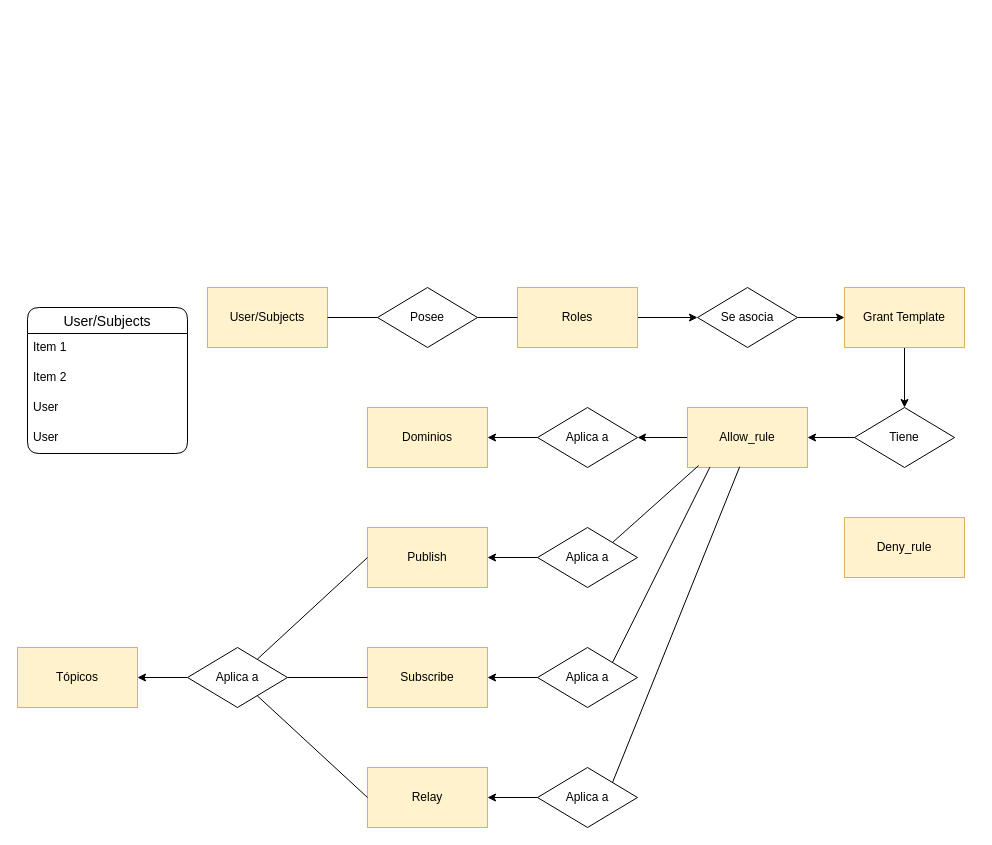
Above: Diagrama base de datos.drawio in argelion14/TFM-AngelAmadeoGonzalezRuiz (draw.io), before the change. Source tidied: cells renumbered, new cells numbered last; positions are measured from the earlier drawing's top-left corner, leaving out a move shared by most shapes. Both pictures are drawn from the tidied source at 100%, with x=0, y=0 at pixel (17, 287).
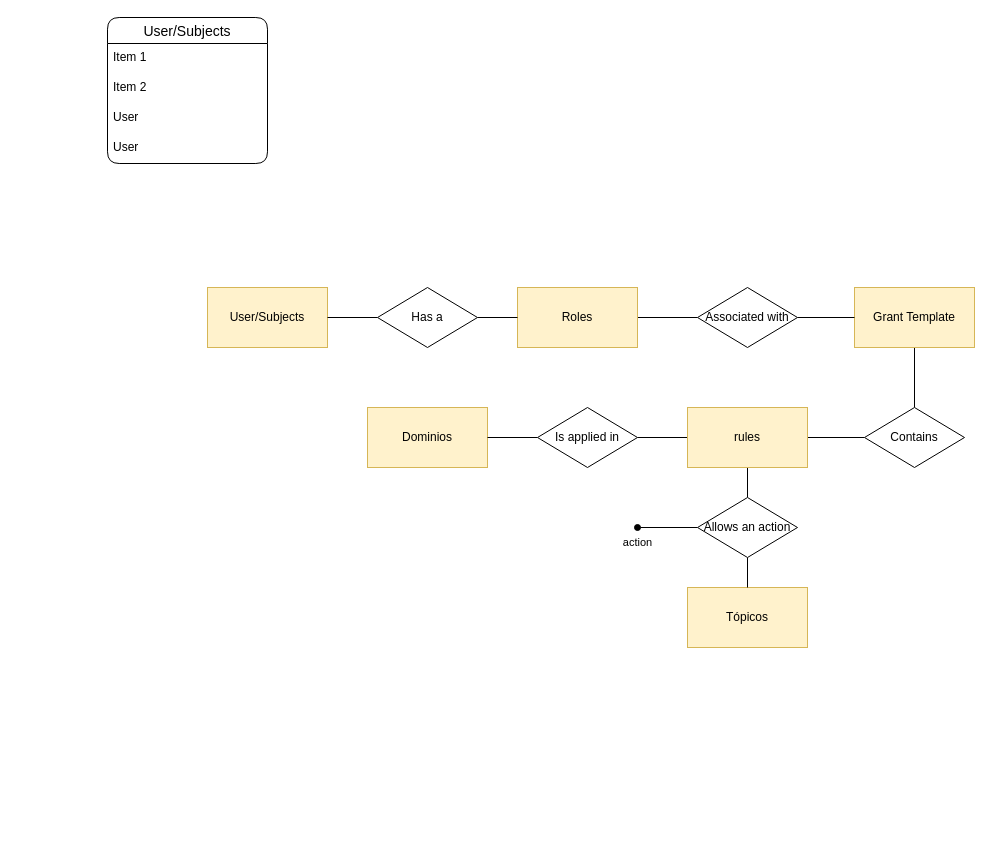
The same page after the edit.

The change refers to these unchanged cells:
```xml
<mxCell id="4" value="Roles" style="rounded=0;whiteSpace=wrap;html=1;fillColor=#fff2cc;strokeColor=#d6b656;" parent="1" vertex="1">
  <mxGeometry x="500" width="120" height="60" as="geometry" />
</mxCell>
<mxCell id="17" value="Dominios" style="rounded=0;whiteSpace=wrap;html=1;fillColor=#fff2cc;strokeColor=#d6b656;" parent="1" vertex="1">
  <mxGeometry x="350" y="120" width="120" height="60" as="geometry" />
</mxCell>
```

What changed in the source:
```diff
@@
-    <mxCell id="3" style="edgeStyle=orthogonalEdgeStyle;rounded=0;jettySize=auto;html=1;exitX=1;exitY=0.5;exitDx=0;exitDy=0;entryX=0;entryY=0.5;entryDx=0;entryDy=0;" parent="1" edge="1" source="4" target="11">
+    <mxCell id="3" style="edgeStyle=orthogonalEdgeStyle;rounded=0;jettySize=auto;html=1;exitX=1;exitY=0.5;exitDx=0;exitDy=0;entryX=0;entryY=0.5;entryDx=0;entryDy=0;endArrow=none;startFill=0;" parent="1" edge="1" source="4" target="11">
       <mxGeometry relative="1" as="geometry" />
     </mxCell>
@@
-    <mxCell id="7" value="Posee" style="rhombus;whiteSpace=wrap;html=1;" parent="1" vertex="1">
+    <mxCell id="7" value="Has a" style="rhombus;whiteSpace=wrap;html=1;" parent="1" vertex="1">
       <mxGeometry x="360" width="100" height="60" as="geometry" />
     </mxCell>
-    <mxCell id="8" style="edgeStyle=orthogonalEdgeStyle;rounded=0;jettySize=auto;html=1;exitX=0.5;exitY=1;exitDx=0;exitDy=0;entryX=0.5;entryY=0;entryDx=0;entryDy=0;" parent="1" edge="1" source="9" target="13">
+    <mxCell id="8" style="edgeStyle=orthogonalEdgeStyle;rounded=0;jettySize=auto;html=1;exitX=0.5;exitY=1;exitDx=0;exitDy=0;entryX=0.5;entryY=0;entryDx=0;entryDy=0;endArrow=none;startFill=0;" parent="1" edge="1" source="9" target="13">
       <mxGeometry relative="1" as="geometry" />
     </mxCell>
     <mxCell id="9" value="Grant Template" style="rounded=0;whiteSpace=wrap;html=1;fillColor=#fff2cc;strokeColor=#d6b656;" parent="1" vertex="1">
-      <mxGeometry x="827" width="120" height="60" as="geometry" />
+      <mxGeometry x="837" width="120" height="60" as="geometry" />
     </mxCell>
-    <mxCell id="10" style="edgeStyle=orthogonalEdgeStyle;rounded=0;jettySize=auto;html=1;exitX=1;exitY=0.5;exitDx=0;exitDy=0;entryX=0;entryY=0.5;entryDx=0;entryDy=0;" parent="1" edge="1" source="11" target="9">
+    <mxCell id="10" style="edgeStyle=orthogonalEdgeStyle;rounded=0;jettySize=auto;html=1;exitX=1;exitY=0.5;exitDx=0;exitDy=0;entryX=0;entryY=0.5;entryDx=0;entryDy=0;endArrow=none;startFill=0;" parent="1" edge="1" source="11" target="9">
       <mxGeometry relative="1" as="geometry" />
     </mxCell>
-    <mxCell id="11" value="Se asocia" style="rhombus;whiteSpace=wrap;html=1;" parent="1" vertex="1">
+    <mxCell id="11" value="&lt;p&gt;Associated with&lt;/p&gt;" style="rhombus;whiteSpace=wrap;html=1;" parent="1" vertex="1">
       <mxGeometry x="680" width="100" height="60" as="geometry" />
     </mxCell>
-    <mxCell id="12" style="edgeStyle=orthogonalEdgeStyle;rounded=0;jettySize=auto;html=1;exitX=0;exitY=0.5;exitDx=0;exitDy=0;" parent="1" edge="1" source="13" target="15">
+    <mxCell id="12" style="edgeStyle=orthogonalEdgeStyle;rounded=0;jettySize=auto;html=1;exitX=0;exitY=0.5;exitDx=0;exitDy=0;endArrow=none;startFill=0;" parent="1" edge="1" source="13" target="15">
       <mxGeometry relative="1" as="geometry" />
     </mxCell>
-    <mxCell id="13" value="Tiene" style="rhombus;whiteSpace=wrap;html=1;" parent="1" vertex="1">
-      <mxGeometry x="837" y="120" width="100" height="60" as="geometry" />
+    <mxCell id="13" value="&lt;p&gt;Contains&lt;/p&gt;" style="rhombus;whiteSpace=wrap;html=1;" parent="1" vertex="1">
+      <mxGeometry x="847" y="120" width="100" height="60" as="geometry" />
     </mxCell>
-    <mxCell id="14" style="edgeStyle=orthogonalEdgeStyle;rounded=0;jettySize=auto;html=1;exitX=0;exitY=0.5;exitDx=0;exitDy=0;entryX=1;entryY=0.5;entryDx=0;entryDy=0;" parent="1" edge="1" source="15" target="19">
+    <mxCell id="14" style="edgeStyle=orthogonalEdgeStyle;rounded=0;jettySize=auto;html=1;exitX=0;exitY=0.5;exitDx=0;exitDy=0;entryX=1;entryY=0.5;entryDx=0;entryDy=0;endArrow=none;startFill=0;" parent="1" edge="1" source="15" target="19">
       <mxGeometry relative="1" as="geometry" />
     </mxCell>
+    <mxCell id="43" style="edgeStyle=orthogonalEdgeStyle;rounded=0;jettySize=auto;html=1;exitX=0.5;exitY=1;exitDx=0;exitDy=0;entryX=0.5;entryY=0;entryDx=0;entryDy=0;endArrow=none;startFill=0;" parent="1" edge="1" source="15" target="47">
+      <mxGeometry relative="1" as="geometry" />
+    </mxCell>
-    <mxCell id="15" value="Allow_rule" style="rounded=0;whiteSpace=wrap;html=1;fillColor=#fff2cc;strokeColor=#d6b656;" parent="1" vertex="1">
+    <mxCell id="15" value="rules" style="rounded=0;whiteSpace=wrap;html=1;fillColor=#fff2cc;strokeColor=#d6b656;" parent="1" vertex="1">
       <mxGeometry x="670" y="120" width="120" height="60" as="geometry" />
     </mxCell>
-    <mxCell id="16" value="Deny_rule" style="rounded=0;whiteSpace=wrap;html=1;fillColor=#fff2cc;strokeColor=#d6b656;" parent="1" vertex="1">
-      <mxGeometry x="827" y="230" width="120" height="60" as="geometry" />
-    </mxCell>
@@
-    <mxCell id="18" style="edgeStyle=orthogonalEdgeStyle;rounded=0;jettySize=auto;html=1;exitX=0;exitY=0.5;exitDx=0;exitDy=0;entryX=1;entryY=0.5;entryDx=0;entryDy=0;" parent="1" edge="1" source="19" target="17">
+    <mxCell id="18" style="edgeStyle=orthogonalEdgeStyle;rounded=0;jettySize=auto;html=1;entryX=1;entryY=0.5;entryDx=0;entryDy=0;endArrow=none;startFill=0;" parent="1" edge="1" source="19" target="17">
       <mxGeometry relative="1" as="geometry" />
     </mxCell>
-    <mxCell id="19" value="Aplica a" style="rhombus;whiteSpace=wrap;html=1;" parent="1" vertex="1">
+    <mxCell id="19" value="&lt;p&gt;Is applied in&lt;/p&gt;" style="rhombus;whiteSpace=wrap;html=1;" parent="1" vertex="1">
       <mxGeometry x="520" y="120" width="100" height="60" as="geometry" />
     </mxCell>
-    <mxCell id="20" value="Publish" style="rounded=0;whiteSpace=wrap;html=1;fillColor=#fff2cc;strokeColor=#d6b656;" parent="1" vertex="1">
-      <mxGeometry x="350" y="240" width="120" height="60" as="geometry" />
-    </mxCell>
-    <mxCell id="21" value="Subscribe" style="rounded=0;whiteSpace=wrap;html=1;fillColor=#fff2cc;strokeColor=#d6b656;" parent="1" vertex="1">
-      <mxGeometry x="350" y="360" width="120" height="60" as="geometry" />
-    </mxCell>
-    <mxCell id="22" style="edgeStyle=orthogonalEdgeStyle;rounded=0;jettySize=auto;html=1;exitX=0;exitY=0.5;exitDx=0;exitDy=0;entryX=1;entryY=0.5;entryDx=0;entryDy=0;" parent="1" edge="1" source="23" target="20">
-      <mxGeometry relative="1" as="geometry" />
-    </mxCell>
-    <mxCell id="23" value="Aplica a" style="rhombus;whiteSpace=wrap;html=1;" parent="1" vertex="1">
-      <mxGeometry x="520" y="240" width="100" height="60" as="geometry" />
-    </mxCell>
-    <mxCell id="24" style="edgeStyle=orthogonalEdgeStyle;rounded=0;jettySize=auto;html=1;exitX=0;exitY=0.5;exitDx=0;exitDy=0;entryX=1;entryY=0.5;entryDx=0;entryDy=0;" parent="1" edge="1" source="25" target="21">
-      <mxGeometry relative="1" as="geometry" />
-    </mxCell>
-    <mxCell id="25" value="Aplica a" style="rhombus;whiteSpace=wrap;html=1;" parent="1" vertex="1">
-      <mxGeometry x="520" y="360" width="100" height="60" as="geometry" />
-    </mxCell>
-    <mxCell id="26" style="endArrow=none;html=1;rounded=0;entryX=0.094;entryY=0.966;entryDx=0;entryDy=0;entryPerimeter=0;exitX=1;exitY=0;exitDx=0;exitDy=0;" parent="1" edge="1" source="23" target="15">
-      <mxGeometry relative="1" as="geometry" />
-    </mxCell>
-    <mxCell id="27" style="endArrow=none;html=1;rounded=0;exitX=1;exitY=0;exitDx=0;exitDy=0;entryX=0.187;entryY=0.993;entryDx=0;entryDy=0;entryPerimeter=0;" parent="1" edge="1" source="25" target="15">
-      <mxGeometry relative="1" as="geometry" />
-    </mxCell>
     <mxCell id="28" value="Tópicos" style="rounded=0;whiteSpace=wrap;html=1;fillColor=#fff2cc;strokeColor=#d6b656;" parent="1" vertex="1">
-      <mxGeometry y="360" width="120" height="60" as="geometry" />
+      <mxGeometry x="670" y="300" width="120" height="60" as="geometry" />
     </mxCell>
-    <mxCell id="29" style="edgeStyle=orthogonalEdgeStyle;rounded=0;jettySize=auto;html=1;exitX=0;exitY=0.5;exitDx=0;exitDy=0;entryX=1;entryY=0.5;entryDx=0;entryDy=0;" parent="1" edge="1" source="30" target="28">
-      <mxGeometry relative="1" as="geometry" />
-    </mxCell>
-    <mxCell id="30" value="Aplica a" style="rhombus;whiteSpace=wrap;html=1;" parent="1" vertex="1">
-      <mxGeometry x="170" y="360" width="100" height="60" as="geometry" />
-    </mxCell>
-    <mxCell id="31" style="endArrow=none;html=1;rounded=0;entryX=0;entryY=0.5;entryDx=0;entryDy=0;" parent="1" edge="1" source="30" target="20">
-      <mxGeometry relative="1" as="geometry" />
-    </mxCell>
-    <mxCell id="32" style="endArrow=none;html=1;rounded=0;exitX=1;exitY=0.5;exitDx=0;exitDy=0;entryX=0;entryY=0.5;entryDx=0;entryDy=0;" parent="1" edge="1" source="30" target="21">
-      <mxGeometry relative="1" as="geometry" />
-    </mxCell>
     <mxCell id="33" value="User/Subjects" style="swimlane;fontStyle=0;horizontal=1;startSize=26;align=center;fontSize=14;rounded=1;" parent="1" vertex="1">
-      <mxGeometry x="10" y="20" width="160" height="146" as="geometry" />
+      <mxGeometry x="90" y="-270" width="160" height="146" as="geometry" />
     </mxCell>
@@
-    <mxCell id="38" value="Relay" style="rounded=0;whiteSpace=wrap;html=1;fillColor=#fff2cc;strokeColor=#d6b656;" parent="1" vertex="1">
-      <mxGeometry x="350" y="480" width="120" height="60" as="geometry" />
-    </mxCell>
-    <mxCell id="39" style="edgeStyle=orthogonalEdgeStyle;rounded=0;jettySize=auto;html=1;exitX=0;exitY=0.5;exitDx=0;exitDy=0;entryX=1;entryY=0.5;entryDx=0;entryDy=0;" parent="1" edge="1" source="40" target="38">
-      <mxGeometry relative="1" as="geometry" />
-    </mxCell>
-    <mxCell id="40" value="Aplica a" style="rhombus;whiteSpace=wrap;html=1;" parent="1" vertex="1">
-      <mxGeometry x="520" y="480" width="100" height="60" as="geometry" />
-    </mxCell>
-    <mxCell id="41" style="endArrow=none;html=1;rounded=0;exitX=0;exitY=0.5;exitDx=0;exitDy=0;" parent="1" edge="1" source="38" target="30">
-      <mxGeometry relative="1" as="geometry" />
-    </mxCell>
-    <mxCell id="42" style="endArrow=none;html=1;rounded=0;entryX=0.435;entryY=0.987;entryDx=0;entryDy=0;entryPerimeter=0;exitX=1;exitY=0;exitDx=0;exitDy=0;" parent="1" edge="1" source="40" target="15">
-      <mxGeometry relative="1" as="geometry" />
-    </mxCell>
+    <mxCell id="44" style="edgeStyle=orthogonalEdgeStyle;rounded=0;jettySize=auto;html=1;exitX=0;exitY=0.5;exitDx=0;exitDy=0;endArrow=oval;endFill=1;" parent="1" edge="1" source="47">
+      <mxGeometry relative="1" as="geometry">
+        <mxPoint x="620" y="240" as="targetPoint" />
+      </mxGeometry>
+    </mxCell>
+    <mxCell id="45" value="action" style="edgeLabel;html=1;align=center;verticalAlign=middle;" parent="44" vertex="1">
+      <mxGeometry x="1" y="-3" relative="1" as="geometry">
+        <mxPoint y="18" as="offset" />
+      </mxGeometry>
+    </mxCell>
+    <mxCell id="46" style="edgeStyle=orthogonalEdgeStyle;rounded=0;jettySize=auto;html=1;entryX=0.5;entryY=0;entryDx=0;entryDy=0;endArrow=none;startFill=0;" parent="1" edge="1" source="47" target="28">
+      <mxGeometry relative="1" as="geometry" />
+    </mxCell>
+    <mxCell id="47" value="Allows an action" style="rhombus;whiteSpace=wrap;html=1;" parent="1" vertex="1">
+      <mxGeometry x="680" y="210" width="100" height="60" as="geometry" />
+    </mxCell>
```
